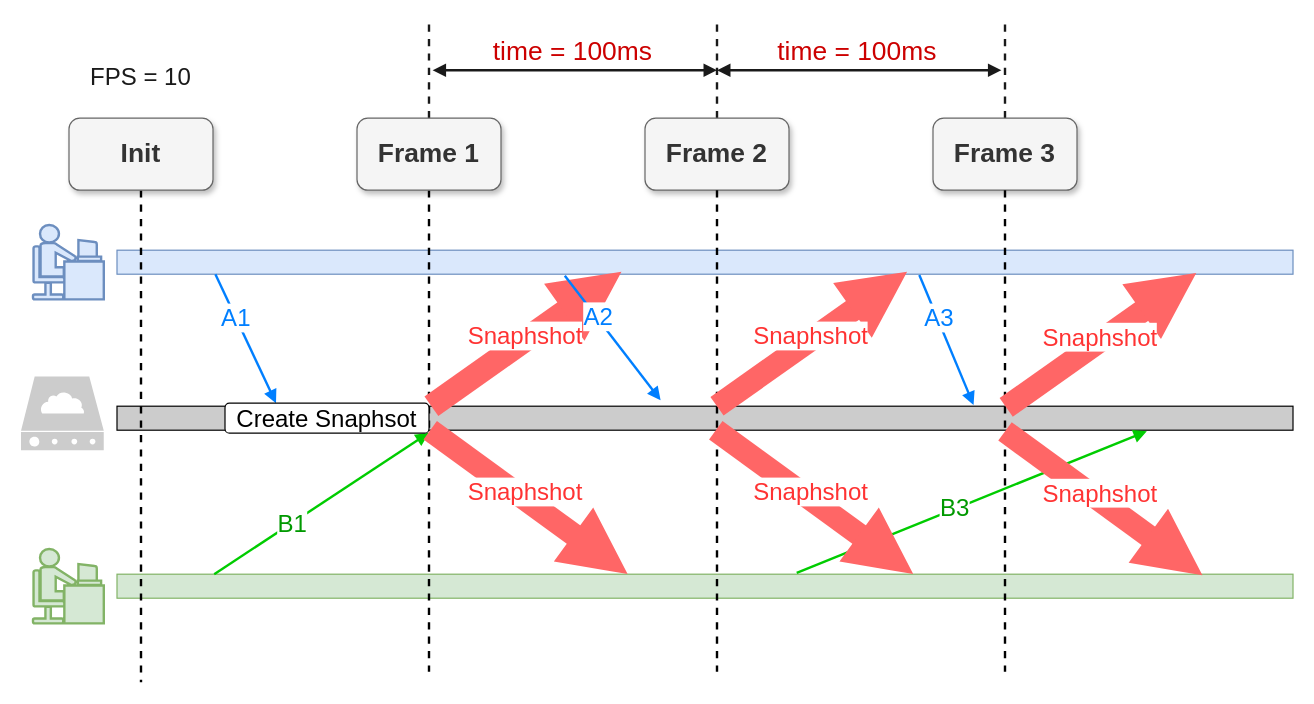
The draw.io diagram page "snapshot 2.0" (10 of 19) of booming/Booming ypwang 104ppt-17.drawio in yrdimple/flowChart, before the edit. Source tidied: cells renumbered, new cells numbered last; positions are measured from the earlier drawing's top-left corner, leaving out a move shared by most shapes. Both pictures are drawn from the tidied source at 120%, with x=0, y=0 at pixel (20, 22).
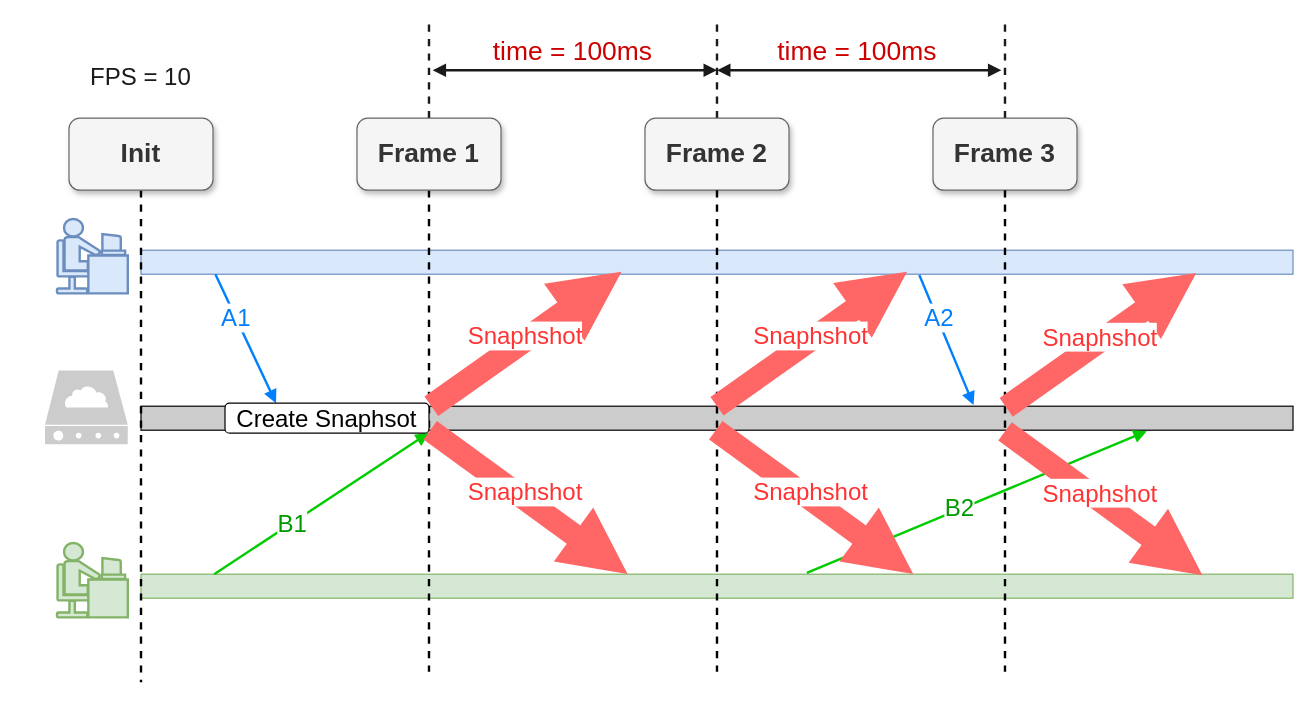
The same diagram, later.

The change refers to these unchanged cells:
```xml
<mxCell id="25" style="endArrow=block;html=1;rounded=0;strokeWidth=2;entryX=0.742;entryY=1.041;entryDx=0;entryDy=0;entryPerimeter=0;exitX=0.578;exitY=-0.053;exitDx=0;exitDy=0;exitPerimeter=0;fillColor=#ffff88;strokeColor=#00CC00;fontColor=#009900;endFill=1;fontSize=20;" parent="1" edge="1" source="3">
  <mxGeometry relative="1" as="geometry">
    <mxPoint x="938.2" y="340.8" as="targetPoint" />
  </mxGeometry>
</mxCell>
<mxCell id="39" style="endArrow=block;html=1;rounded=0;strokeWidth=2;fillColor=#dae8fc;gradientColor=#7ea6e0;strokeColor=#007FFF;entryX=0.608;entryY=-0.05;entryDx=0;entryDy=0;entryPerimeter=0;exitX=0.469;exitY=1.033;exitDx=0;exitDy=0;exitPerimeter=0;endFill=1;fontSize=20;" parent="1" edge="1">
  <mxGeometry relative="1" as="geometry">
    <mxPoint x="748.6" y="210.7" as="sourcePoint" />
    <mxPoint x="793.8" y="319" as="targetPoint" />
  </mxGeometry>
</mxCell>
```

What changed in the source:
```diff
@@
     <mxCell id="2" style="rounded=0;whiteSpace=wrap;html=1;fillColor=#CCCCCC;align=left;" parent="1" vertex="1">
-      <mxGeometry x="80" y="320" width="980" height="20" as="geometry" />
+      <mxGeometry x="100" y="320" width="960" height="20" as="geometry" />
     </mxCell>
     <mxCell id="3" style="rounded=0;whiteSpace=wrap;html=1;fillColor=#d5e8d4;strokeColor=#82b366;" parent="1" vertex="1">
-      <mxGeometry x="80" y="460" width="980" height="20" as="geometry" />
+      <mxGeometry x="100" y="460" width="960" height="20" as="geometry" />
     </mxCell>
     <mxCell id="4" style="rounded=0;whiteSpace=wrap;html=1;fillColor=#dae8fc;strokeColor=#6c8ebf;" parent="1" vertex="1">
-      <mxGeometry x="80" y="190" width="980" height="20" as="geometry" />
+      <mxGeometry x="100" y="190" width="960" height="20" as="geometry" />
     </mxCell>
@@
-    <mxCell id="23" style="endArrow=block;html=1;rounded=0;strokeWidth=2;fillColor=#dae8fc;gradientColor=#7ea6e0;strokeColor=#007FFF;entryX=0.5;entryY=0;entryDx=0;entryDy=0;exitX=0.342;exitY=1.066;exitDx=0;exitDy=0;exitPerimeter=0;endFill=1;fontSize=20;" parent="1" edge="1">
-      <mxGeometry relative="1" as="geometry">
-        <mxPoint x="453.2" y="211.3" as="sourcePoint" />
-        <mxPoint x="533" y="315" as="targetPoint" />
-      </mxGeometry>
-    </mxCell>
-    <mxCell id="24" value="A2" style="edgeLabel;html=1;align=center;verticalAlign=middle;fontSize=20;fontColor=#007FFF;" parent="23" vertex="1">
-      <mxGeometry x="-0.35" y="1" relative="1" as="geometry" />
-    </mxCell>
@@
-    <mxCell id="26" value="B3" style="edgeLabel;html=1;align=center;verticalAlign=middle;fontSize=20;fontColor=#009900;" parent="25" vertex="1">
+    <mxCell id="26" value="B2" style="edgeLabel;html=1;align=center;verticalAlign=middle;fontSize=20;fontColor=#009900;" parent="25" vertex="1">
       <mxGeometry x="-0.1" y="2" relative="1" as="geometry" />
     </mxCell>
     <mxCell id="27" style="sketch=0;html=1;strokeColor=none;shadow=0;align=center;verticalAlign=top;fillColor=#CCCCCC;shape=mxgraph.gcp2.cloud_server;fontSize=15;" parent="1" vertex="1">
-      <mxGeometry y="295.3" width="69" height="61.4" as="geometry" />
+      <mxGeometry x="20" y="290.3" width="69" height="61.4" as="geometry" />
     </mxCell>
     <mxCell id="28" style="shape=mxgraph.cisco.people.androgenous_person;html=1;dashed=0;fillColor=#dae8fc;strokeColor=#6c8ebf;strokeWidth=2;verticalLabelPosition=bottom;verticalAlign=top;align=center;fontSize=15;" parent="1" vertex="1">
-      <mxGeometry x="10" y="169" width="59" height="62" as="geometry" />
+      <mxGeometry x="30" y="164" width="59" height="62" as="geometry" />
     </mxCell>
     <mxCell id="29" style="shape=mxgraph.cisco.people.androgenous_person;html=1;dashed=0;fillColor=#d5e8d4;strokeColor=#82b366;strokeWidth=2;verticalLabelPosition=bottom;verticalAlign=top;align=center;fontSize=15;" parent="1" vertex="1">
-      <mxGeometry x="10" y="439" width="59" height="62" as="geometry" />
+      <mxGeometry x="30" y="434" width="59" height="62" as="geometry" />
     </mxCell>
@@
-    <mxCell id="40" value="A3" style="edgeLabel;html=1;align=center;verticalAlign=middle;fontSize=20;fontColor=#007FFF;" parent="39" vertex="1">
+    <mxCell id="40" value="A2" style="edgeLabel;html=1;align=center;verticalAlign=middle;fontSize=20;fontColor=#007FFF;" parent="39" vertex="1">
       <mxGeometry x="-0.35" y="1" relative="1" as="geometry" />
     </mxCell>
```
